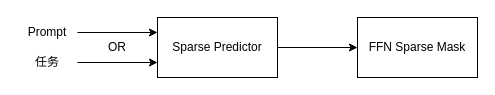
Above: llama.cpp/大语言模型的指令跟踪修剪.drawio in mailonghua/drawio (draw.io), before the change. Source tidied: cells renumbered, new cells numbered last; positions are measured from the earlier drawing's top-left corner, leaving out a move shared by most shapes. Both pictures are drawn from the tidied source at 100%, with x=0, y=0 at pixel (17, 17).
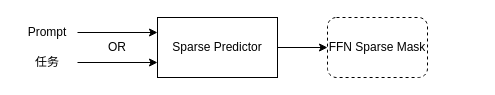
The same diagram, later.

Commit message (it also covers changes not shown here):
更新大语言模型的指令跟踪修剪.drawio

Change to the diagram source:
```diff
@@
 <mxGraphModel>
   <root>
     <mxCell id="0" />
     <mxCell id="1" parent="0" />
     <mxCell id="2" style="edgeStyle=orthogonalEdgeStyle;rounded=0;jettySize=auto;html=1;" parent="1" edge="1" source="3" target="8">
       <mxGeometry relative="1" as="geometry" />
     </mxCell>
     <mxCell id="3" value="Sparse Predictor" style="rounded=0;whiteSpace=wrap;html=1;" parent="1" vertex="1">
       <mxGeometry x="140" width="120" height="60" as="geometry" />
     </mxCell>
     <mxCell id="4" style="edgeStyle=orthogonalEdgeStyle;rounded=0;jettySize=auto;html=1;exitX=1;exitY=0.5;exitDx=0;exitDy=0;entryX=0;entryY=0.25;entryDx=0;entryDy=0;" parent="1" edge="1" source="5" target="3">
       <mxGeometry relative="1" as="geometry" />
     </mxCell>
     <mxCell id="5" value="Prompt" style="text;strokeColor=none;align=center;fillColor=none;html=1;verticalAlign=middle;whiteSpace=wrap;rounded=0;" parent="1" vertex="1">
       <mxGeometry width="60" height="30" as="geometry" />
     </mxCell>
     <mxCell id="6" style="edgeStyle=orthogonalEdgeStyle;rounded=0;jettySize=auto;html=1;exitX=1;exitY=0.5;exitDx=0;exitDy=0;entryX=0;entryY=0.75;entryDx=0;entryDy=0;" parent="1" edge="1" source="7" target="3">
       <mxGeometry relative="1" as="geometry" />
     </mxCell>
     <mxCell id="7" value="任务" style="text;strokeColor=none;align=center;fillColor=none;html=1;verticalAlign=middle;whiteSpace=wrap;rounded=0;" parent="1" vertex="1">
       <mxGeometry y="30" width="60" height="30" as="geometry" />
     </mxCell>
-    <mxCell id="8" value="FFN Sparse Mask" style="rounded=0;whiteSpace=wrap;html=1;" parent="1" vertex="1">
-      <mxGeometry x="340" width="120" height="60" as="geometry" />
+    <mxCell id="8" value="FFN Sparse Mask" style="rounded=1;whiteSpace=wrap;html=1;glass=0;dashed=1;" parent="1" vertex="1">
+      <mxGeometry x="310" width="100" height="60" as="geometry" />
     </mxCell>
     <mxCell id="9" value="OR" style="text;strokeColor=none;align=center;fillColor=none;html=1;verticalAlign=middle;whiteSpace=wrap;rounded=0;" parent="1" vertex="1">
       <mxGeometry x="70" y="25" width="60" height="10" as="geometry" />
     </mxCell>
   </root>
 </mxGraphModel>
```
